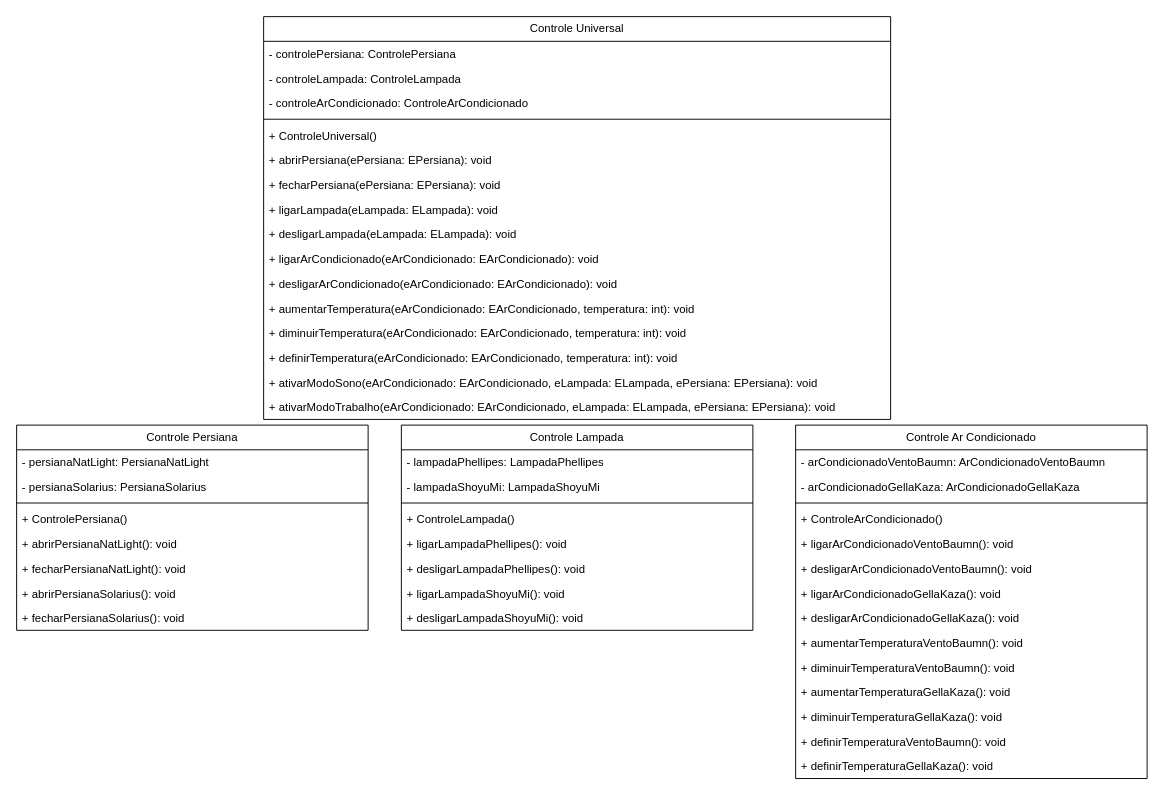
Before: problema3/src/main/java/com/analisealgoritmos/assets/trabalho 1 - problema 3.drawio in joaolavina/AnaliseAlgoritmos, a draw.io diagram. Source tidied: cells renumbered, new cells numbered last; positions are measured from the earlier drawing's top-left corner, leaving out a move shared by most shapes. Both pictures are drawn from the tidied source at 95%, with x=0, y=0 at pixel (16, 16).
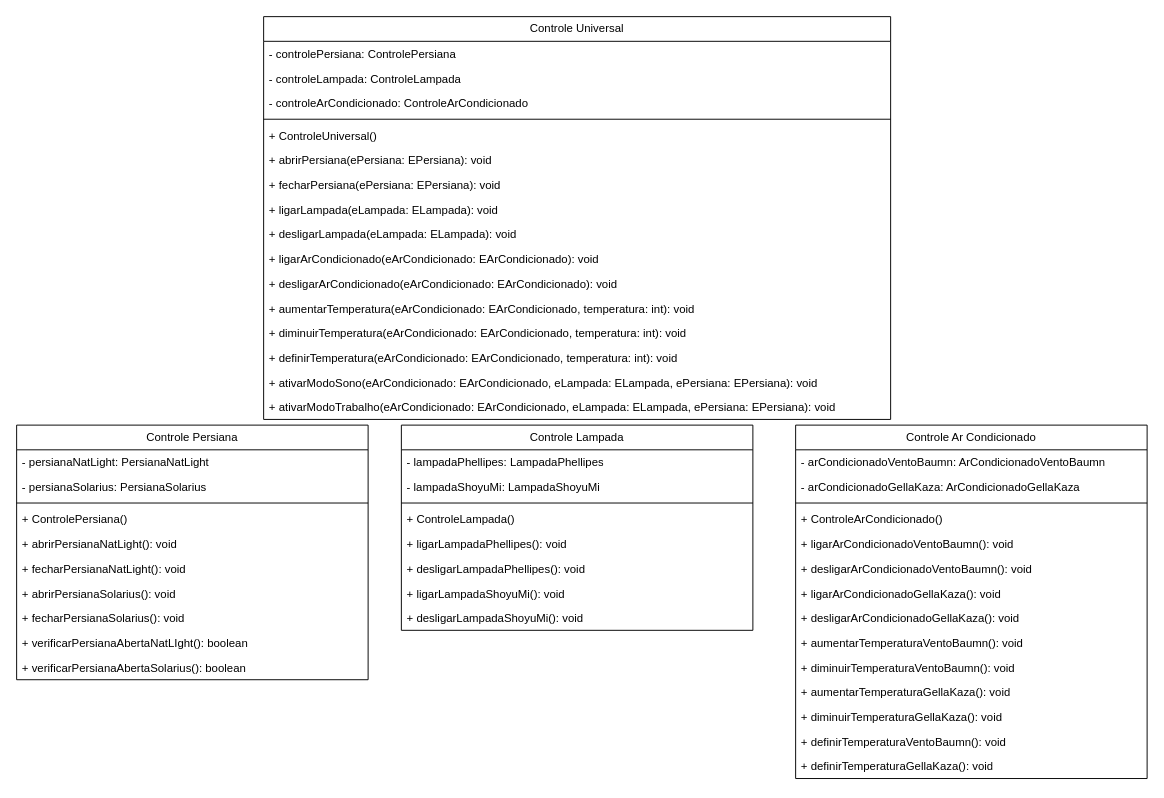
The same diagram, later.

Diff of the diagram source:
```diff
@@
     <mxCell id="19" value="Controle Persiana" style="swimlane;fontStyle=0;horizontal=1;startSize=26;fillColor=none;whiteSpace=wrap;html=1;" parent="1" vertex="1">
-      <mxGeometry y="430" width="370" height="216" as="geometry" />
+      <mxGeometry y="430" width="370" height="268" as="geometry" />
     </mxCell>
@@
+    <mxCell id="52" value="+ verificarPersianaAbertaNatLIght(): boolean" style="text;strokeColor=none;fillColor=none;align=left;verticalAlign=top;spacingLeft=4;spacingRight=4;overflow=hidden;whiteSpace=wrap;html=1;" parent="19" vertex="1">
+      <mxGeometry y="216" width="370" height="26" as="geometry" />
+    </mxCell>
+    <mxCell id="53" value="+ verificarPersianaAbertaSolarius(): boolean" style="text;strokeColor=none;fillColor=none;align=left;verticalAlign=top;spacingLeft=4;spacingRight=4;overflow=hidden;whiteSpace=wrap;html=1;" parent="19" vertex="1">
+      <mxGeometry y="242" width="370" height="26" as="geometry" />
+    </mxCell>
```
